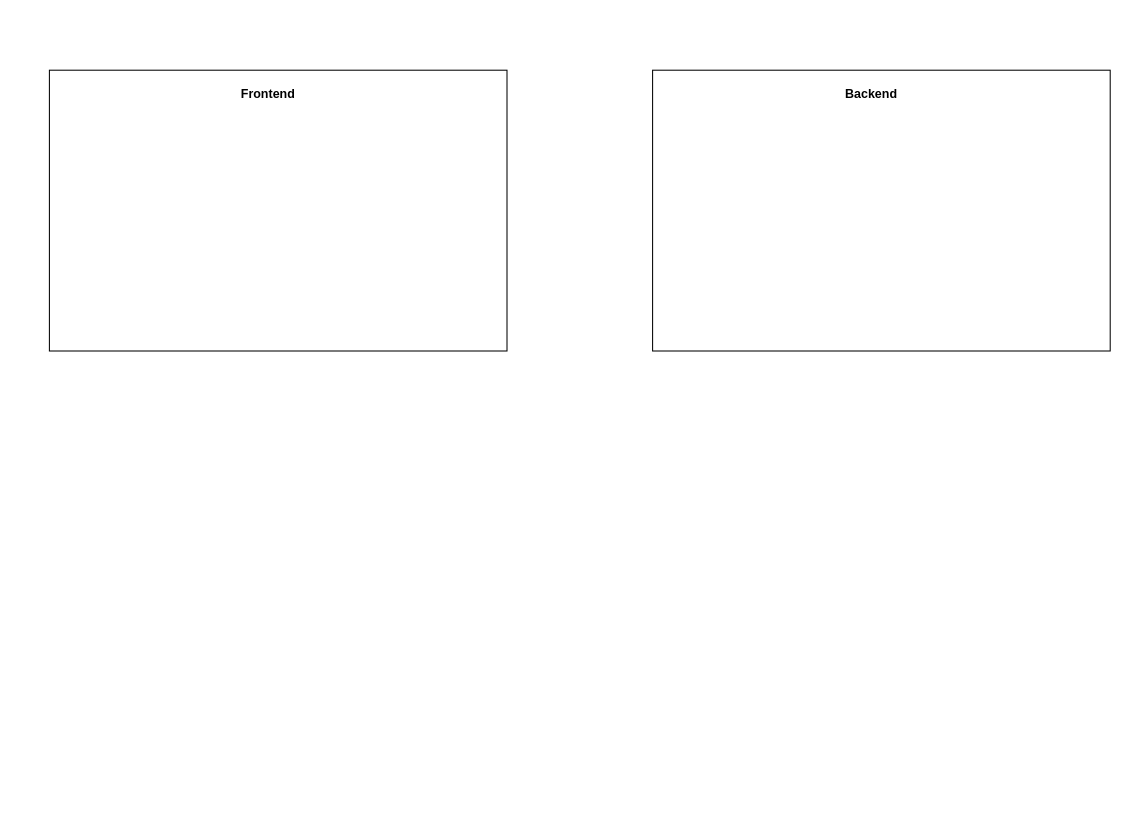
The draw.io diagram UML_E1.drawio in dgolzm/E1-Arqui-UML, before the edit. Source tidied: cells renumbered, new cells numbered last; positions are measured from the earlier drawing's top-left corner, leaving out a move shared by most shapes. Both pictures are drawn from the tidied source at 104%, with x=0, y=0 at pixel (49, 70).
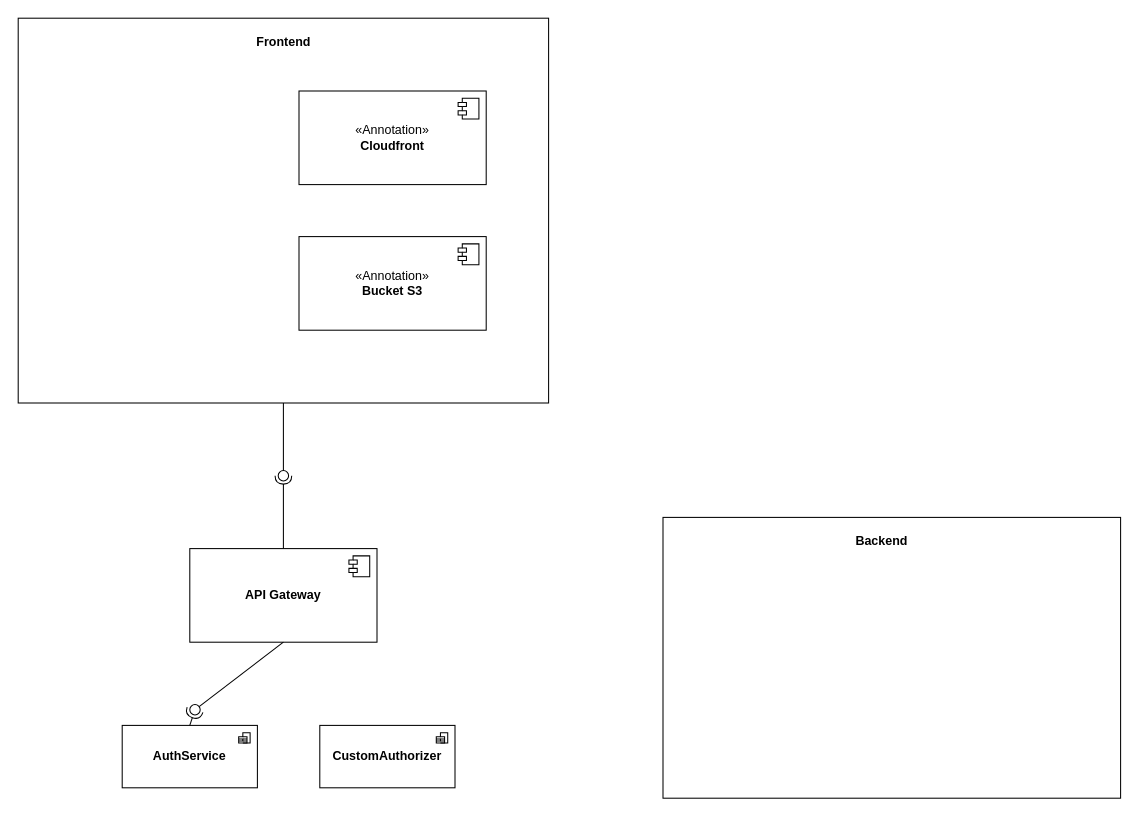
Above is the later version.

What changed in the source:
```diff
@@
     <mxCell id="2" style="html=1;whiteSpace=wrap;" parent="1" vertex="1">
-      <mxGeometry width="440" height="270" as="geometry" />
+      <mxGeometry x="-30" y="-50" width="510" height="370" as="geometry" />
     </mxCell>
     <mxCell id="3" value="Frontend" style="text;align=center;fontStyle=1;verticalAlign=middle;spacingLeft=3;spacingRight=3;strokeColor=none;html=1;" parent="1" vertex="1">
-      <mxGeometry x="170" y="10" width="80" height="26" as="geometry" />
+      <mxGeometry x="185" y="-40" width="80" height="26" as="geometry" />
     </mxCell>
     <mxCell id="4" style="html=1;whiteSpace=wrap;" parent="1" vertex="1">
-      <mxGeometry x="580" width="440" height="270" as="geometry" />
+      <mxGeometry x="590" y="430" width="440" height="270" as="geometry" />
     </mxCell>
     <mxCell id="5" value="Backend" style="text;align=center;fontStyle=1;verticalAlign=middle;spacingLeft=3;spacingRight=3;strokeColor=none;html=1;" parent="1" vertex="1">
-      <mxGeometry x="750" y="10" width="80" height="26" as="geometry" />
+      <mxGeometry x="760" y="440" width="80" height="26" as="geometry" />
     </mxCell>
+    <mxCell id="6" value="«Annotation»&lt;br&gt;&lt;b&gt;Cloudfront&lt;/b&gt;" style="html=1;whiteSpace=wrap;" parent="1" vertex="1">
+      <mxGeometry x="240" y="20" width="180" height="90" as="geometry" />
+    </mxCell>
+    <mxCell id="7" style="shape=module;jettyWidth=8;jettyHeight=4;" parent="6" vertex="1">
+      <mxGeometry x="1" width="20" height="20" relative="1" as="geometry">
+        <mxPoint x="-27" y="7" as="offset" />
+      </mxGeometry>
+    </mxCell>
+    <mxCell id="8" value="«Annotation»&lt;br&gt;&lt;b&gt;Bucket S3&lt;/b&gt;" style="html=1;whiteSpace=wrap;" parent="1" vertex="1">
+      <mxGeometry x="240" y="160" width="180" height="90" as="geometry" />
+    </mxCell>
+    <mxCell id="9" style="shape=module;jettyWidth=8;jettyHeight=4;" parent="8" vertex="1">
+      <mxGeometry x="1" width="20" height="20" relative="1" as="geometry">
+        <mxPoint x="-27" y="7" as="offset" />
+      </mxGeometry>
+    </mxCell>
+    <mxCell id="10" value="&lt;b&gt;API Gateway&lt;/b&gt;" style="html=1;whiteSpace=wrap;" parent="1" vertex="1">
+      <mxGeometry x="135" y="460" width="180" height="90" as="geometry" />
+    </mxCell>
+    <mxCell id="11" style="shape=module;jettyWidth=8;jettyHeight=4;" parent="10" vertex="1">
+      <mxGeometry x="1" width="20" height="20" relative="1" as="geometry">
+        <mxPoint x="-27" y="7" as="offset" />
+      </mxGeometry>
+    </mxCell>
+    <mxCell id="12" style="ellipse;whiteSpace=wrap;html=1;align=center;fillColor=none;strokeColor=none;perimeter=centerPerimeter;" parent="1" vertex="1">
+      <mxGeometry x="360" y="470" width="10" height="10" as="geometry" />
+    </mxCell>
+    <mxCell id="13" style="ellipse;whiteSpace=wrap;html=1;align=center;fillColor=none;strokeColor=none;perimeter=centerPerimeter;" parent="1" vertex="1">
+      <mxGeometry x="280" y="430" width="10" height="10" as="geometry" />
+    </mxCell>
+    <mxCell id="14" style="rounded=0;jettySize=auto;html=1;endArrow=halfCircle;endFill=0;endSize=6;strokeWidth=1;sketch=0;exitX=0.5;exitY=0;exitDx=0;exitDy=0;" parent="1" edge="1" source="10">
+      <mxGeometry relative="1" as="geometry">
+        <mxPoint x="225" y="390" as="targetPoint" />
+      </mxGeometry>
+    </mxCell>
+    <mxCell id="15" style="rounded=0;jettySize=auto;html=1;endArrow=oval;endFill=0;sketch=0;sourcePerimeterSpacing=0;targetPerimeterSpacing=0;endSize=10;exitX=0.5;exitY=1;exitDx=0;exitDy=0;" parent="1" edge="1" source="2">
+      <mxGeometry relative="1" as="geometry">
+        <mxPoint x="225" y="390" as="targetPoint" />
+      </mxGeometry>
+    </mxCell>
+    <mxCell id="16" style="ellipse;whiteSpace=wrap;html=1;align=center;fillColor=none;strokeColor=none;perimeter=centerPerimeter;" parent="1" vertex="1">
+      <mxGeometry x="285" y="400" width="10" height="10" as="geometry" />
+    </mxCell>
+    <mxCell id="17" value="&lt;b&gt;AuthService&lt;/b&gt;" style="html=1;whiteSpace=wrap;" parent="1" vertex="1">
+      <mxGeometry x="70" y="630" width="130" height="60" as="geometry" />
+    </mxCell>
+    <mxCell id="18" style="shape=module;jettyWidth=8;jettyHeight=4;" parent="17" vertex="1">
+      <mxGeometry x="1" width="11" height="10" relative="1" as="geometry">
+        <mxPoint x="-18" y="7" as="offset" />
+      </mxGeometry>
+    </mxCell>
+    <mxCell id="19" value="&lt;b&gt;CustomAuthorizer&lt;/b&gt;" style="html=1;whiteSpace=wrap;" parent="1" vertex="1">
+      <mxGeometry x="260" y="630" width="130" height="60" as="geometry" />
+    </mxCell>
+    <mxCell id="20" style="shape=module;jettyWidth=8;jettyHeight=4;" parent="19" vertex="1">
+      <mxGeometry x="1" width="11" height="10" relative="1" as="geometry">
+        <mxPoint x="-18" y="7" as="offset" />
+      </mxGeometry>
+    </mxCell>
+    <mxCell id="21" style="rounded=0;jettySize=auto;html=1;endArrow=halfCircle;endFill=0;endSize=6;strokeWidth=1;sketch=0;exitX=0.5;exitY=0;exitDx=0;exitDy=0;" parent="1" edge="1" source="17" target="23">
+      <mxGeometry relative="1" as="geometry" />
+    </mxCell>
+    <mxCell id="22" style="rounded=0;jettySize=auto;html=1;endArrow=oval;endFill=0;sketch=0;sourcePerimeterSpacing=0;targetPerimeterSpacing=0;endSize=10;exitX=0.5;exitY=1;exitDx=0;exitDy=0;" parent="1" edge="1" source="10" target="23">
+      <mxGeometry relative="1" as="geometry" />
+    </mxCell>
+    <mxCell id="23" style="ellipse;whiteSpace=wrap;html=1;align=center;fillColor=none;strokeColor=none;perimeter=centerPerimeter;points=[];outlineConnect=1;" parent="1" vertex="1">
+      <mxGeometry x="135" y="610" width="10" height="10" as="geometry" />
+    </mxCell>
```
